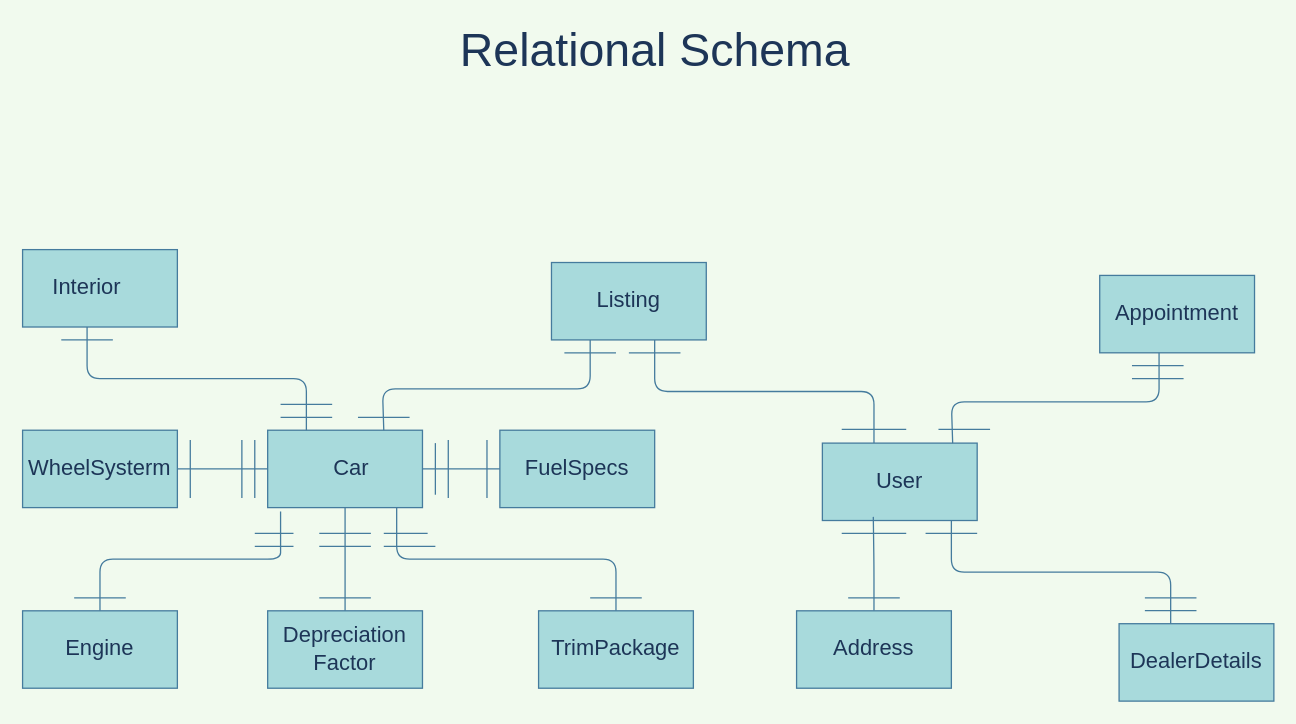
Earlier version of the draw.io diagram Database/draw.io files/Relational_Schema.drawio (abmfocus4/UsedCars-db). Source tidied: cells renumbered, new cells numbered last; positions are measured from the earlier drawing's top-left corner, leaving out a move shared by most shapes. Both pictures are drawn from the tidied source at 129%, with x=0, y=0 at pixel (22, 30).
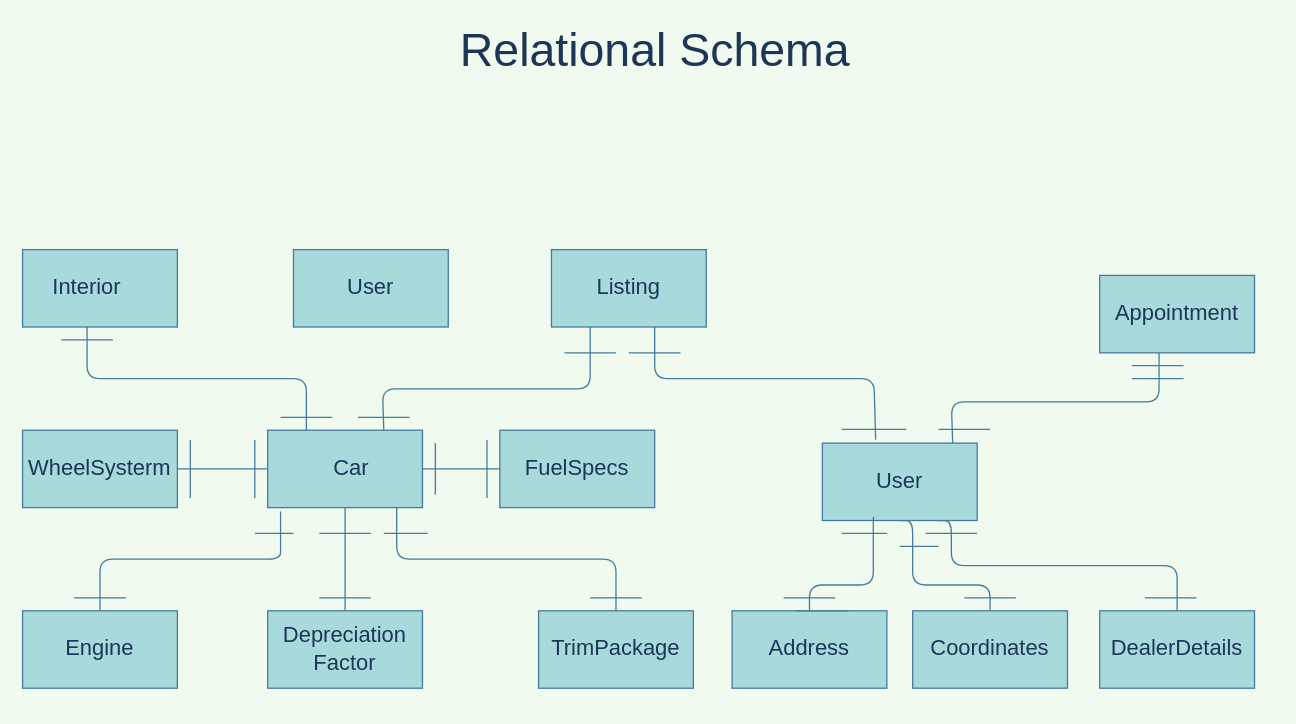
Above is the later version.

Unchanged cells that the change refers to:
```xml
<mxCell id="2" style="rounded=0;whiteSpace=wrap;html=1;labelBorderColor=none;fontSize=17;fillColor=#A8DADC;strokeColor=#457B9D;fontColor=#1D3557;" parent="1" vertex="1">
  <mxGeometry x="190" y="310" width="120" height="60" as="geometry" />
</mxCell>
<mxCell id="39" value="User" style="rounded=0;whiteSpace=wrap;html=1;labelBorderColor=none;fontSize=17;fillColor=#A8DADC;strokeColor=#457B9D;fontColor=#1D3557;" parent="1" vertex="1">
  <mxGeometry x="620" y="320" width="120" height="60" as="geometry" />
</mxCell>
```

Change to the diagram source:
```diff
@@
     <mxCell id="5" value="Listing" style="rounded=0;whiteSpace=wrap;html=1;labelBorderColor=none;fontSize=17;fillColor=#A8DADC;strokeColor=#457B9D;fontColor=#1D3557;" parent="1" vertex="1">
-      <mxGeometry x="410" y="180" width="120" height="60" as="geometry" />
+      <mxGeometry x="410" y="170" width="120" height="60" as="geometry" />
     </mxCell>
@@
-    <mxCell id="18" style="endArrow=none;html=1;entryX=0.75;entryY=0;entryDx=0;entryDy=0;labelBorderColor=none;fontSize=17;strokeColor=#457B9D;fontColor=#1D3557;labelBackgroundColor=#F1FAEE;" parent="1" edge="1" target="2">
+    <mxCell id="18" style="endArrow=none;html=1;entryX=0.75;entryY=0;entryDx=0;entryDy=0;labelBorderColor=none;fontSize=17;strokeColor=#457B9D;fontColor=#1D3557;labelBackgroundColor=#F1FAEE;exitX=0.25;exitY=1;exitDx=0;exitDy=0;" parent="1" edge="1" source="5" target="2">
       <mxGeometry relative="1" as="geometry">
-        <mxPoint x="440" y="240" as="sourcePoint" />
         <Array as="points">
           <mxPoint x="440" y="278" />
           <mxPoint x="279" y="278" />
         </Array>
       </mxGeometry>
     </mxCell>
@@
-    <mxCell id="27" style="endArrow=none;html=1;labelBorderColor=none;fontSize=17;strokeColor=#457B9D;fontColor=#1D3557;labelBackgroundColor=#F1FAEE;" parent="1" edge="1">
-      <mxGeometry relative="1" as="geometry">
-        <mxPoint x="230" y="400" as="sourcePoint" />
-        <mxPoint x="270" y="400" as="targetPoint" />
-        <Array as="points">
-          <mxPoint x="260" y="400" />
-        </Array>
-      </mxGeometry>
-    </mxCell>
@@
-    <mxCell id="29" style="endArrow=none;html=1;labelBorderColor=none;fontSize=17;strokeColor=#457B9D;fontColor=#1D3557;labelBackgroundColor=#F1FAEE;" parent="1" edge="1">
-      <mxGeometry relative="1" as="geometry">
-        <mxPoint x="280" y="400" as="sourcePoint" />
-        <mxPoint x="320" y="400" as="targetPoint" />
-        <Array as="points">
-          <mxPoint x="310" y="400" />
-        </Array>
-      </mxGeometry>
-    </mxCell>
@@
-    <mxCell id="31" style="endArrow=none;html=1;labelBorderColor=none;fontSize=17;strokeColor=#457B9D;fontColor=#1D3557;labelBackgroundColor=#F1FAEE;" parent="1" edge="1">
-      <mxGeometry relative="1" as="geometry">
-        <mxPoint x="180" y="400" as="sourcePoint" />
-        <mxPoint x="210" y="400" as="targetPoint" />
-        <Array as="points">
-          <mxPoint x="210" y="400" />
-        </Array>
-      </mxGeometry>
-    </mxCell>
@@
-    <mxCell id="34" style="endArrow=none;html=1;labelBorderColor=none;fontSize=17;strokeColor=#457B9D;fontColor=#1D3557;labelBackgroundColor=#F1FAEE;" parent="1" edge="1">
-      <mxGeometry relative="1" as="geometry">
-        <mxPoint x="170" y="362.5" as="sourcePoint" />
-        <mxPoint x="170" y="317.5" as="targetPoint" />
-      </mxGeometry>
-    </mxCell>
-    <mxCell id="35" style="endArrow=none;html=1;labelBorderColor=none;fontSize=17;strokeColor=#457B9D;fontColor=#1D3557;labelBackgroundColor=#F1FAEE;" parent="1" edge="1">
-      <mxGeometry relative="1" as="geometry">
-        <mxPoint x="330" y="362.5" as="sourcePoint" />
-        <mxPoint x="330" y="317.5" as="targetPoint" />
-      </mxGeometry>
-    </mxCell>
@@
-    <mxCell id="37" style="endArrow=none;html=1;labelBorderColor=none;fontSize=17;strokeColor=#457B9D;fontColor=#1D3557;labelBackgroundColor=#F1FAEE;" parent="1" edge="1">
+    <mxCell id="37" style="endArrow=none;html=1;labelBorderColor=none;fontSize=17;strokeColor=#457B9D;fontColor=#1D3557;labelBackgroundColor=#F1FAEE;exitX=0.344;exitY=-0.043;exitDx=0;exitDy=0;exitPerimeter=0;" parent="1" edge="1" source="39">
       <mxGeometry relative="1" as="geometry">
-        <mxPoint x="660" y="320" as="sourcePoint" />
-        <mxPoint x="490" y="240" as="targetPoint" />
+        <mxPoint x="490" y="230" as="targetPoint" />
         <Array as="points">
-          <mxPoint x="660" y="280" />
-          <mxPoint x="490" y="280" />
+          <mxPoint x="660" y="270" />
+          <mxPoint x="490" y="270" />
         </Array>
       </mxGeometry>
     </mxCell>
@@
+    <mxCell id="58" style="edgeStyle=orthogonalEdgeStyle;rounded=1;jettySize=auto;html=1;exitX=0.5;exitY=1;exitDx=0;exitDy=0;entryX=0.5;entryY=0;entryDx=0;entryDy=0;fontColor=#1D3557;strokeColor=#457B9D;fillColor=#A8DADC;endFill=0;endArrow=none;sketch=0;" parent="1" edge="1" source="39" target="61">
+      <mxGeometry relative="1" as="geometry">
+        <Array as="points">
+          <mxPoint x="690" y="380" />
+          <mxPoint x="690" y="430" />
+          <mxPoint x="750" y="430" />
+        </Array>
+      </mxGeometry>
+    </mxCell>
+    <mxCell id="59" style="edgeStyle=orthogonalEdgeStyle;rounded=1;jettySize=auto;html=1;exitX=0.75;exitY=1;exitDx=0;exitDy=0;entryX=0.5;entryY=0;entryDx=0;entryDy=0;fontColor=#1D3557;strokeColor=#457B9D;fillColor=#A8DADC;endFill=0;endArrow=none;sketch=0;" parent="1" edge="1" source="39" target="49">
+      <mxGeometry relative="1" as="geometry">
+        <Array as="points">
+          <mxPoint x="720" y="380" />
+          <mxPoint x="720" y="415" />
+          <mxPoint x="895" y="415" />
+        </Array>
+      </mxGeometry>
+    </mxCell>
@@
     <mxCell id="40" style="edgeStyle=orthogonalEdgeStyle;curved=0;rounded=1;sketch=0;jettySize=auto;html=1;exitX=0.5;exitY=0;exitDx=0;exitDy=0;strokeColor=#457B9D;fillColor=#A8DADC;fontColor=#1D3557;endArrow=none;endFill=0;entryX=0.329;entryY=0.953;entryDx=0;entryDy=0;entryPerimeter=0;" parent="1" edge="1" source="41" target="39">
-      <mxGeometry relative="1" as="geometry" />
+      <mxGeometry relative="1" as="geometry">
+        <Array as="points">
+          <mxPoint x="610" y="430" />
+          <mxPoint x="660" y="430" />
+        </Array>
+      </mxGeometry>
     </mxCell>
     <mxCell id="41" value="Address" style="rounded=0;whiteSpace=wrap;html=1;labelBorderColor=none;fontSize=17;fillColor=#A8DADC;strokeColor=#457B9D;fontColor=#1D3557;" parent="1" vertex="1">
-      <mxGeometry x="600" y="450" width="120" height="60" as="geometry" />
+      <mxGeometry x="550" y="450" width="120" height="60" as="geometry" />
     </mxCell>
@@
     <mxCell id="45" style="endArrow=none;html=1;labelBorderColor=none;fontSize=17;strokeColor=#457B9D;fontColor=#1D3557;labelBackgroundColor=#F1FAEE;" parent="1" edge="1">
       <mxGeometry relative="1" as="geometry">
-        <mxPoint x="640" y="440" as="sourcePoint" />
-        <mxPoint x="680" y="440" as="targetPoint" />
+        <mxPoint x="590" y="440" as="sourcePoint" />
+        <mxPoint x="630" y="440" as="targetPoint" />
         <Array as="points">
-          <mxPoint x="670" y="440" />
+          <mxPoint x="620" y="440" />
         </Array>
       </mxGeometry>
     </mxCell>
     <mxCell id="46" style="endArrow=none;html=1;labelBorderColor=none;fontSize=17;strokeColor=#457B9D;fontColor=#1D3557;labelBackgroundColor=#F1FAEE;" parent="1" edge="1">
       <mxGeometry relative="1" as="geometry">
         <mxPoint x="635" y="390" as="sourcePoint" />
-        <mxPoint x="685" y="390" as="targetPoint" />
+        <mxPoint x="670" y="390" as="targetPoint" />
       </mxGeometry>
     </mxCell>
-    <mxCell id="47" style="endArrow=none;html=1;labelBorderColor=none;fontSize=17;strokeColor=#457B9D;fontColor=#1D3557;labelBackgroundColor=#F1FAEE;" parent="1" edge="1">
-      <mxGeometry relative="1" as="geometry">
-        <mxPoint x="200" y="290" as="sourcePoint" />
-        <mxPoint x="240" y="290" as="targetPoint" />
-        <Array as="points">
-          <mxPoint x="230" y="290" />
-        </Array>
-      </mxGeometry>
-    </mxCell>
@@
     <mxCell id="49" value="DealerDetails" style="rounded=0;whiteSpace=wrap;html=1;labelBorderColor=none;fontSize=17;fillColor=#A8DADC;strokeColor=#457B9D;fontColor=#1D3557;" parent="1" vertex="1">
-      <mxGeometry x="850" y="460" width="120" height="60" as="geometry" />
+      <mxGeometry x="835" y="450" width="120" height="60" as="geometry" />
     </mxCell>
@@
-    <mxCell id="51" style="endArrow=none;html=1;labelBorderColor=none;fontSize=17;strokeColor=#457B9D;fontColor=#1D3557;labelBackgroundColor=#F1FAEE;" parent="1" edge="1">
-      <mxGeometry relative="1" as="geometry">
-        <mxPoint x="890" y="460" as="sourcePoint" />
-        <mxPoint x="720" y="380" as="targetPoint" />
-        <Array as="points">
-          <mxPoint x="890" y="420" />
-          <mxPoint x="720" y="420" />
-        </Array>
-      </mxGeometry>
-    </mxCell>
@@
-    <mxCell id="53" style="endArrow=none;html=1;labelBorderColor=none;fontSize=17;strokeColor=#457B9D;fontColor=#1D3557;labelBackgroundColor=#F1FAEE;" parent="1" edge="1">
-      <mxGeometry relative="1" as="geometry">
-        <mxPoint x="870" y="440" as="sourcePoint" />
-        <mxPoint x="910" y="440" as="targetPoint" />
-        <Array as="points">
-          <mxPoint x="900" y="440" />
-        </Array>
-      </mxGeometry>
-    </mxCell>
     <mxCell id="54" style="endArrow=none;html=1;labelBorderColor=none;fontSize=17;strokeColor=#457B9D;fontColor=#1D3557;labelBackgroundColor=#F1FAEE;" parent="1" edge="1">
       <mxGeometry relative="1" as="geometry">
-        <mxPoint x="870" y="449.8" as="sourcePoint" />
-        <mxPoint x="910" y="449.8" as="targetPoint" />
+        <mxPoint x="870" y="440" as="sourcePoint" />
+        <mxPoint x="910" y="440" as="targetPoint" />
         <Array as="points">
-          <mxPoint x="900" y="449.8" />
+          <mxPoint x="900" y="440" />
         </Array>
       </mxGeometry>
     </mxCell>
@@
+    <mxCell id="60" style="endArrow=none;html=1;labelBorderColor=none;fontSize=17;strokeColor=#457B9D;fontColor=#1D3557;labelBackgroundColor=#F1FAEE;" parent="1" edge="1">
+      <mxGeometry relative="1" as="geometry">
+        <mxPoint x="600" y="450" as="sourcePoint" />
+        <mxPoint x="640" y="450" as="targetPoint" />
+        <Array as="points">
+          <mxPoint x="630" y="450" />
+        </Array>
+      </mxGeometry>
+    </mxCell>
+    <mxCell id="61" value="Coordinates" style="rounded=0;whiteSpace=wrap;html=1;labelBorderColor=none;fontSize=17;fillColor=#A8DADC;strokeColor=#457B9D;fontColor=#1D3557;" parent="1" vertex="1">
+      <mxGeometry x="690" y="450" width="120" height="60" as="geometry" />
+    </mxCell>
+    <mxCell id="62" style="endArrow=none;html=1;labelBorderColor=none;fontSize=17;strokeColor=#457B9D;fontColor=#1D3557;labelBackgroundColor=#F1FAEE;" parent="1" edge="1">
+      <mxGeometry relative="1" as="geometry">
+        <mxPoint x="680" y="400" as="sourcePoint" />
+        <mxPoint x="710" y="400" as="targetPoint" />
+      </mxGeometry>
+    </mxCell>
+    <mxCell id="63" style="endArrow=none;html=1;labelBorderColor=none;fontSize=17;strokeColor=#457B9D;fontColor=#1D3557;labelBackgroundColor=#F1FAEE;" parent="1" edge="1">
+      <mxGeometry relative="1" as="geometry">
+        <mxPoint x="730" y="440" as="sourcePoint" />
+        <mxPoint x="770" y="440" as="targetPoint" />
+      </mxGeometry>
+    </mxCell>
+    <mxCell id="64" style="edgeStyle=orthogonalEdgeStyle;rounded=0;orthogonalLoop=1;jettySize=auto;html=1;exitX=0.5;exitY=1;exitDx=0;exitDy=0;" parent="1" edge="1" source="49" target="49">
+      <mxGeometry relative="1" as="geometry" />
+    </mxCell>
+    <mxCell id="65" value="User" style="rounded=0;whiteSpace=wrap;html=1;labelBorderColor=none;fontSize=17;fillColor=#A8DADC;strokeColor=#457B9D;fontColor=#1D3557;" parent="1" vertex="1">
+      <mxGeometry x="210" y="170" width="120" height="60" as="geometry" />
+    </mxCell>
```
